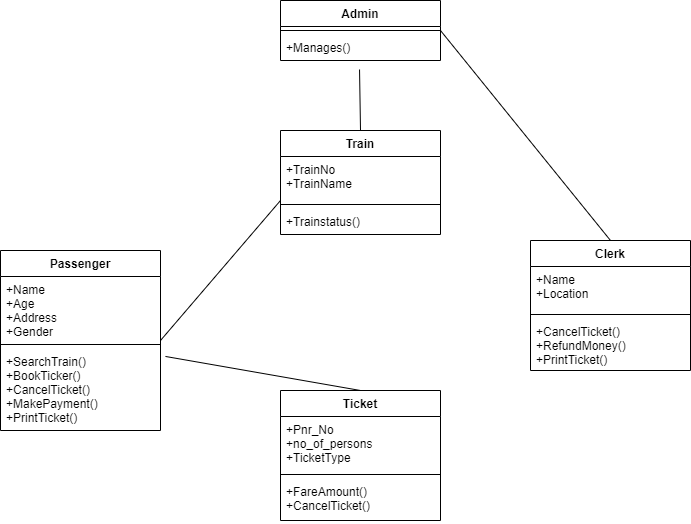
Earlier version of the draw.io export java-basics/03-12-2021/Railway Reservation System/Class Diagram.drawio.png (MuniswamiKokila/UST-prograd-training). Source tidied: cells renumbered, new cells last; positions are measured from the earlier drawing's top-left corner, leaving out a move shared by most shapes.
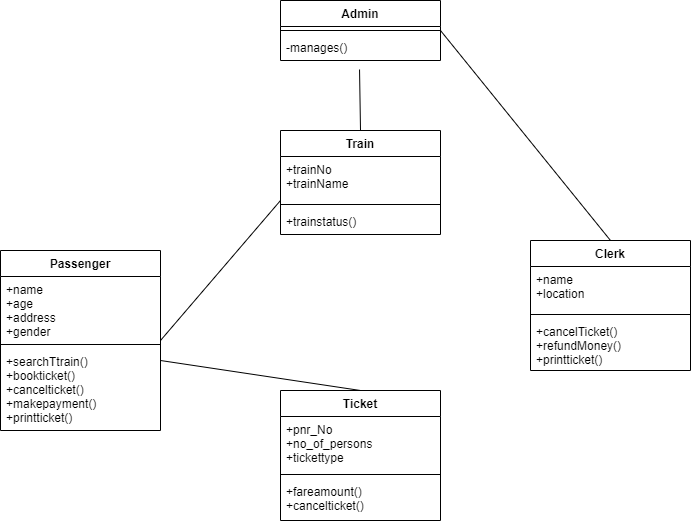
The same file after the commit.

Diff of the diagram source:
```diff
@@ -5,13 +5,13 @@
     <mxCell id="2" value="Clerk" style="swimlane;fontStyle=1;align=center;verticalAlign=top;horizontal=1;startSize=26;" parent="1" vertex="1">
       <mxGeometry x="530" y="240" width="160" height="130" as="geometry" />
     </mxCell>
-    <mxCell id="3" value="+Name&#10;+Location" style="text;strokeColor=none;fillColor=none;align=left;verticalAlign=top;spacingLeft=4;spacingRight=4;overflow=hidden;" parent="2" vertex="1">
+    <mxCell id="3" value="+name&#10;+location" style="text;strokeColor=none;fillColor=none;align=left;verticalAlign=top;spacingLeft=4;spacingRight=4;overflow=hidden;" parent="2" vertex="1">
       <mxGeometry y="26" width="160" height="44" as="geometry" />
     </mxCell>
     <mxCell id="4" style="line;strokeWidth=1;fillColor=none;align=left;verticalAlign=middle;spacingTop=-1;spacingLeft=3;spacingRight=3;labelPosition=right;" parent="2" vertex="1">
       <mxGeometry y="70" width="160" height="8" as="geometry" />
     </mxCell>
-    <mxCell id="5" value="+CancelTicket()&#10;+RefundMoney()&#10;+PrintTicket()" style="text;strokeColor=none;fillColor=none;align=left;verticalAlign=top;spacingLeft=4;spacingRight=4;overflow=hidden;" parent="2" vertex="1">
+    <mxCell id="5" value="+cancelTicket()&#10;+refundMoney()&#10;+printticket()" style="text;strokeColor=none;fillColor=none;align=left;verticalAlign=top;spacingLeft=4;spacingRight=4;overflow=hidden;" parent="2" vertex="1">
       <mxGeometry y="78" width="160" height="52" as="geometry" />
     </mxCell>
     <mxCell id="6" value="Admin" style="swimlane;fontStyle=1;align=center;verticalAlign=top;horizontal=1;startSize=26;" parent="1" vertex="1">
@@ -20,43 +20,43 @@
     <mxCell id="7" style="line;strokeWidth=1;fillColor=none;align=left;verticalAlign=middle;spacingTop=-1;spacingLeft=3;spacingRight=3;labelPosition=right;" parent="6" vertex="1">
       <mxGeometry y="26" width="160" height="8" as="geometry" />
     </mxCell>
-    <mxCell id="8" value="+Manages()" style="text;strokeColor=none;fillColor=none;align=left;verticalAlign=top;spacingLeft=4;spacingRight=4;overflow=hidden;points=[[0,0.5],[1,0.5]];portConstraint=eastwest;" parent="6" vertex="1">
+    <mxCell id="8" value="-manages()" style="text;strokeColor=none;fillColor=none;align=left;verticalAlign=top;spacingLeft=4;spacingRight=4;overflow=hidden;points=[[0,0.5],[1,0.5]];portConstraint=eastwest;" parent="6" vertex="1">
       <mxGeometry y="34" width="160" height="26" as="geometry" />
     </mxCell>
     <mxCell id="9" value="Passenger" style="swimlane;fontStyle=1;align=center;verticalAlign=top;horizontal=1;startSize=26;" parent="1" vertex="1">
       <mxGeometry y="250" width="160" height="180" as="geometry" />
     </mxCell>
-    <mxCell id="10" value="+Name&#10;+Age&#10;+Address&#10;+Gender" style="text;strokeColor=none;fillColor=none;align=left;verticalAlign=top;spacingLeft=4;spacingRight=4;overflow=hidden;" parent="9" vertex="1">
+    <mxCell id="10" value="+name&#10;+age&#10;+address&#10;+gender" style="text;strokeColor=none;fillColor=none;align=left;verticalAlign=top;spacingLeft=4;spacingRight=4;overflow=hidden;" parent="9" vertex="1">
       <mxGeometry y="26" width="160" height="64" as="geometry" />
     </mxCell>
     <mxCell id="11" style="line;strokeWidth=1;fillColor=none;align=left;verticalAlign=middle;spacingTop=-1;spacingLeft=3;spacingRight=3;labelPosition=right;" parent="9" vertex="1">
       <mxGeometry y="90" width="160" height="8" as="geometry" />
     </mxCell>
-    <mxCell id="12" value="+SearchTrain()&#10;+BookTicker()&#10;+CancelTicket()&#10;+MakePayment()&#10;+PrintTicket()" style="text;strokeColor=none;fillColor=none;align=left;verticalAlign=top;spacingLeft=4;spacingRight=4;overflow=hidden;points=[[0,0.5],[1,0.5]];portConstraint=eastwest;" parent="9" vertex="1">
+    <mxCell id="12" value="+searchTtrain()&#10;+bookticket()&#10;+cancelticket()&#10;+makepayment()&#10;+printticket()" style="text;strokeColor=none;fillColor=none;align=left;verticalAlign=top;spacingLeft=4;spacingRight=4;overflow=hidden;points=[[0,0.5],[1,0.5]];portConstraint=eastwest;" parent="9" vertex="1">
       <mxGeometry y="98" width="160" height="82" as="geometry" />
     </mxCell>
     <mxCell id="13" value="Train" style="swimlane;fontStyle=1;align=center;verticalAlign=top;horizontal=1;startSize=26;" parent="1" vertex="1">
       <mxGeometry x="280" y="130" width="160" height="104" as="geometry" />
     </mxCell>
-    <mxCell id="14" value="+TrainNo&#10;+TrainName" style="text;strokeColor=none;fillColor=none;align=left;verticalAlign=top;spacingLeft=4;spacingRight=4;overflow=hidden;" parent="13" vertex="1">
+    <mxCell id="14" value="+trainNo&#10;+trainName" style="text;strokeColor=none;fillColor=none;align=left;verticalAlign=top;spacingLeft=4;spacingRight=4;overflow=hidden;" parent="13" vertex="1">
       <mxGeometry y="26" width="160" height="44" as="geometry" />
     </mxCell>
     <mxCell id="15" style="line;strokeWidth=1;fillColor=none;align=left;verticalAlign=middle;spacingTop=-1;spacingLeft=3;spacingRight=3;labelPosition=right;" parent="13" vertex="1">
       <mxGeometry y="70" width="160" height="8" as="geometry" />
     </mxCell>
-    <mxCell id="16" value="+Trainstatus()" style="text;strokeColor=none;fillColor=none;align=left;verticalAlign=top;spacingLeft=4;spacingRight=4;overflow=hidden;" parent="13" vertex="1">
+    <mxCell id="16" value="+trainstatus()" style="text;strokeColor=none;fillColor=none;align=left;verticalAlign=top;spacingLeft=4;spacingRight=4;overflow=hidden;" parent="13" vertex="1">
       <mxGeometry y="78" width="160" height="26" as="geometry" />
     </mxCell>
     <mxCell id="17" value="Ticket" style="swimlane;fontStyle=1;align=center;verticalAlign=top;horizontal=1;startSize=26;" parent="1" vertex="1">
       <mxGeometry x="280" y="390" width="160" height="130" as="geometry" />
     </mxCell>
-    <mxCell id="18" value="+Pnr_No&#10;+no_of_persons&#10;+TicketType&#10;" style="text;strokeColor=none;fillColor=none;align=left;verticalAlign=top;spacingLeft=4;spacingRight=4;overflow=hidden;" parent="17" vertex="1">
+    <mxCell id="18" value="+pnr_No&#10;+no_of_persons&#10;+tickettype&#10;" style="text;strokeColor=none;fillColor=none;align=left;verticalAlign=top;spacingLeft=4;spacingRight=4;overflow=hidden;" parent="17" vertex="1">
       <mxGeometry y="26" width="160" height="54" as="geometry" />
     </mxCell>
     <mxCell id="19" style="line;strokeWidth=1;fillColor=none;align=left;verticalAlign=middle;spacingTop=-1;spacingLeft=3;spacingRight=3;labelPosition=right;" parent="17" vertex="1">
       <mxGeometry y="80" width="160" height="8" as="geometry" />
     </mxCell>
-    <mxCell id="20" value="+FareAmount()&#10;+CancelTicket()" style="text;strokeColor=none;fillColor=none;align=left;verticalAlign=top;spacingLeft=4;spacingRight=4;overflow=hidden;" parent="17" vertex="1">
+    <mxCell id="20" value="+fareamount()&#10;+cancelticket()" style="text;strokeColor=none;fillColor=none;align=left;verticalAlign=top;spacingLeft=4;spacingRight=4;overflow=hidden;" parent="17" vertex="1">
       <mxGeometry y="88" width="160" height="42" as="geometry" />
     </mxCell>
     <mxCell id="21" style="endArrow=none;html=1;rounded=0;" parent="1" edge="1">
@@ -71,8 +71,10 @@
     <mxCell id="23" style="endArrow=none;html=1;rounded=0;entryX=0.494;entryY=1.346;entryDx=0;entryDy=0;entryPerimeter=0;exitX=0.5;exitY=0;exitDx=0;exitDy=0;" parent="1" edge="1" source="13" target="8">
       <mxGeometry relative="1" as="geometry" />
     </mxCell>
-    <mxCell id="24" style="endArrow=none;html=1;rounded=0;exitX=1.031;exitY=0.097;exitDx=0;exitDy=0;exitPerimeter=0;entryX=0.5;entryY=0;entryDx=0;entryDy=0;" parent="1" edge="1" source="12" target="17">
-      <mxGeometry relative="1" as="geometry" />
+    <mxCell id="24" style="endArrow=none;html=1;rounded=0;entryX=0.5;entryY=0;entryDx=0;entryDy=0;" parent="1" edge="1" target="17">
+      <mxGeometry relative="1" as="geometry">
+        <mxPoint x="160" y="360" as="sourcePoint" />
+      </mxGeometry>
     </mxCell>
   </root>
 </mxGraphModel>
```
